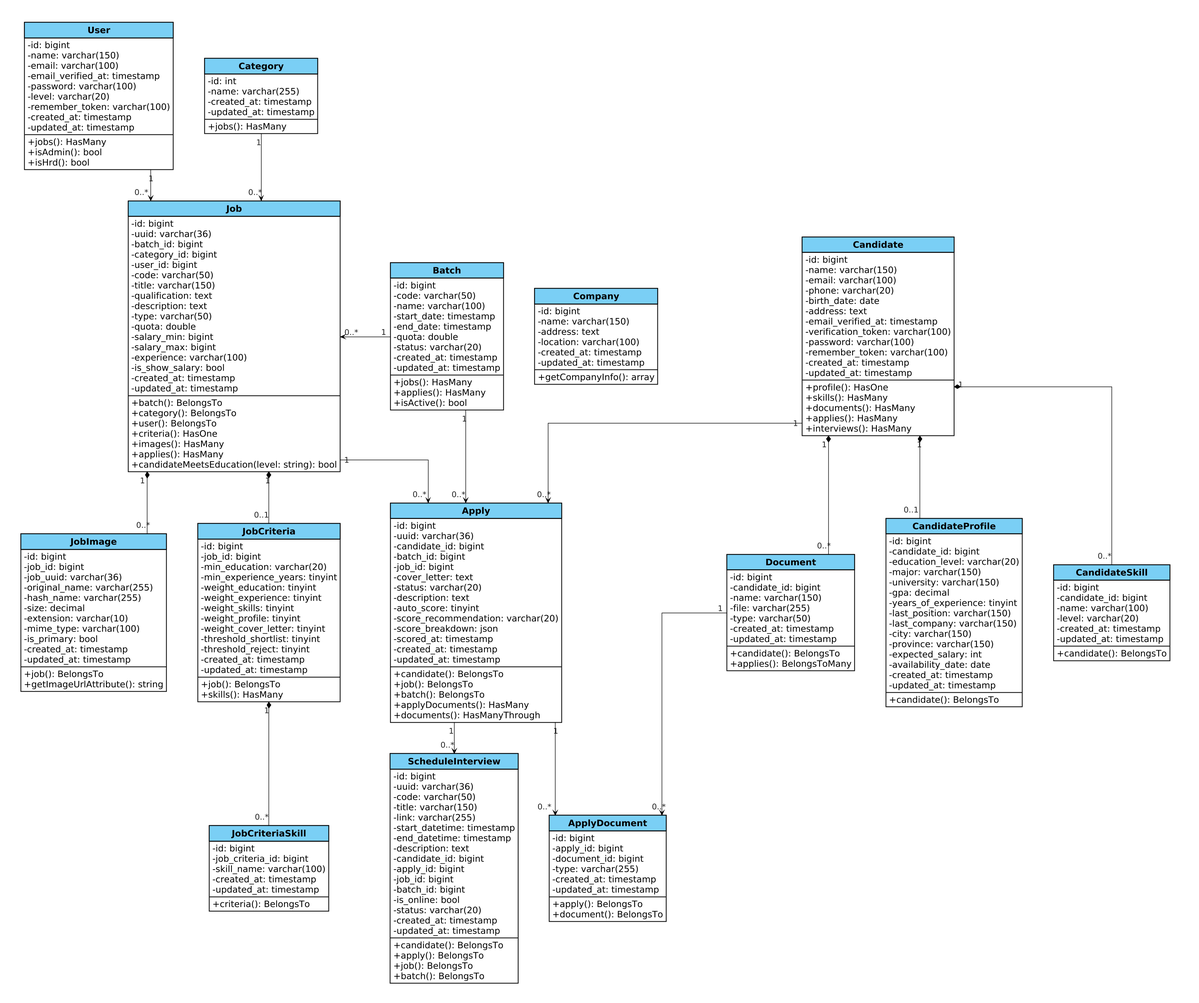
The PlantUML diagram public/assets/diagrams/VP/Class_Diagram_No_Enum.png in Madtive-Studio/klinik_keluarga_career, before a commit. Its diagram source:
```plantuml
@startuml
skinparam defaultFontName Arial
skinparam defaultFontSize 17
skinparam dpi 140
skinparam defaultFontColor #000000
skinparam shadowing false
skinparam roundcorner 0
skinparam linetype ortho
skinparam nodesep 60
skinparam ranksep 60

hide circle
skinparam classAttributeIconSize 0

skinparam package {
  BackgroundColor transparent
  BorderColor transparent
  FontColor transparent
  FontSize 1
}

skinparam class {
  BackgroundColor #FFFFFF
  HeaderBackgroundColor #7ACFF5
  BorderColor #000000
  BorderThickness 1.5
  FontColor #000000
  FontSize 19
  FontName Arial
  FontStyle bold
  AttributeFontColor #000000
  AttributeFontSize 17
  AttributeFontName Arial
}

skinparam ArrowColor #000000
skinparam ArrowFontSize 15
skinparam ArrowFontColor #222222

package "Vacancies" {
  class User {
    -id: bigint
    -name: varchar(150)
    -email: varchar(100)
    -email_verified_at: timestamp
    -password: varchar(100)
    -level: varchar(20)
    -remember_token: varchar(100)
    -created_at: timestamp
    -updated_at: timestamp
    __
    +jobs(): HasMany
    +isAdmin(): bool
    +isHrd(): bool
  }

  class Category {
    -id: int
    -name: varchar(255)
    -created_at: timestamp
    -updated_at: timestamp
    __
    +jobs(): HasMany
  }

  class Job {
    -id: bigint
    -uuid: varchar(36)
    -batch_id: bigint
    -category_id: bigint
    -user_id: bigint
    -code: varchar(50)
    -title: varchar(150)
    -qualification: text
    -description: text
    -type: varchar(50)
    -quota: double
    -salary_min: bigint
    -salary_max: bigint
    -experience: varchar(100)
    -is_show_salary: bool
    -created_at: timestamp
    -updated_at: timestamp
    __
    +batch(): BelongsTo
    +category(): BelongsTo
    +user(): BelongsTo
    +criteria(): HasOne
    +images(): HasMany
    +applies(): HasMany
    +candidateMeetsEducation(level: string): bool
  }

  class JobImage {
    -id: bigint
    -job_id: bigint
    -job_uuid: varchar(36)
    -original_name: varchar(255)
    -hash_name: varchar(255)
    -size: decimal
    -extension: varchar(10)
    -mime_type: varchar(100)
    -is_primary: bool
    -created_at: timestamp
    -updated_at: timestamp
    __
    +job(): BelongsTo
    +getImageUrlAttribute(): string
  }

  class JobCriteria {
    -id: bigint
    -job_id: bigint
    -min_education: varchar(20)
    -min_experience_years: tinyint
    -weight_education: tinyint
    -weight_experience: tinyint
    -weight_skills: tinyint
    -weight_profile: tinyint
    -weight_cover_letter: tinyint
    -threshold_shortlist: tinyint
    -threshold_reject: tinyint
    -created_at: timestamp
    -updated_at: timestamp
    __
    +job(): BelongsTo
    +skills(): HasMany
  }

  class JobCriteriaSkill {
    -id: bigint
    -job_criteria_id: bigint
    -skill_name: varchar(100)
    -created_at: timestamp
    -updated_at: timestamp
    __
    +criteria(): BelongsTo
  }
}

package "Selection" {
  class Batch {
    -id: bigint
    -code: varchar(50)
    -name: varchar(100)
    -start_date: timestamp
    -end_date: timestamp
    -quota: double
    -status: varchar(20)
    -created_at: timestamp
    -updated_at: timestamp
    __
    +jobs(): HasMany
    +applies(): HasMany
    +isActive(): bool
  }

  class Company {
    -id: bigint
    -name: varchar(150)
    -address: text
    -location: varchar(100)
    -created_at: timestamp
    -updated_at: timestamp
    __
    +getCompanyInfo(): array
  }

  class Apply {
    -id: bigint
    -uuid: varchar(36)
    -candidate_id: bigint
    -batch_id: bigint
    -job_id: bigint
    -cover_letter: text
    -status: varchar(20)
    -description: text
    -auto_score: tinyint
    -score_recommendation: varchar(20)
    -score_breakdown: json
    -scored_at: timestamp
    -created_at: timestamp
    -updated_at: timestamp
    __
    +candidate(): BelongsTo
    +job(): BelongsTo
    +batch(): BelongsTo
    +applyDocuments(): HasMany
    +documents(): HasManyThrough
  }

  class ApplyDocument {
    -id: bigint
    -apply_id: bigint
    -document_id: bigint
    -type: varchar(255)
    -created_at: timestamp
    -updated_at: timestamp
    __
    +apply(): BelongsTo
    +document(): BelongsTo
  }

  class ScheduleInterview {
    -id: bigint
    -uuid: varchar(36)
    -code: varchar(50)
    -title: varchar(150)
    -link: varchar(255)
    -start_datetime: timestamp
    -end_datetime: timestamp
    -description: text
    -candidate_id: bigint
    -apply_id: bigint
    -job_id: bigint
    -batch_id: bigint
    -is_online: bool
    -status: varchar(20)
    -created_at: timestamp
    -updated_at: timestamp
    __
    +candidate(): BelongsTo
    +apply(): BelongsTo
    +job(): BelongsTo
    +batch(): BelongsTo
  }
}

package "CandidatePkg" {
  class Candidate {
    -id: bigint
    -name: varchar(150)
    -email: varchar(100)
    -phone: varchar(20)
    -birth_date: date
    -address: text
    -email_verified_at: timestamp
    -verification_token: varchar(100)
    -password: varchar(100)
    -remember_token: varchar(100)
    -created_at: timestamp
    -updated_at: timestamp
    __
    +profile(): HasOne
    +skills(): HasMany
    +documents(): HasMany
    +applies(): HasMany
    +interviews(): HasMany
  }

  class CandidateProfile {
    -id: bigint
    -candidate_id: bigint
    -education_level: varchar(20)
    -major: varchar(150)
    -university: varchar(150)
    -gpa: decimal
    -years_of_experience: tinyint
    -last_position: varchar(150)
    -last_company: varchar(150)
    -city: varchar(150)
    -province: varchar(150)
    -expected_salary: int
    -availability_date: date
    -created_at: timestamp
    -updated_at: timestamp
    __
    +candidate(): BelongsTo
  }

  class CandidateSkill {
    -id: bigint
    -candidate_id: bigint
    -name: varchar(100)
    -level: varchar(20)
    -created_at: timestamp
    -updated_at: timestamp
    __
    +candidate(): BelongsTo
  }

  class Document {
    -id: bigint
    -candidate_id: bigint
    -name: varchar(150)
    -file: varchar(255)
    -type: varchar(50)
    -created_at: timestamp
    -updated_at: timestamp
    __
    +candidate(): BelongsTo
    +applies(): BelongsToMany
  }
}

Vacancies -[hidden]right-> Selection
Selection -[hidden]right-> CandidatePkg


User "1" -down-> "0..*" Job
Category "1" -down-> "0..*" Job
Job "1" *-down- "0..*" JobImage
Job "1" *-down- "0..1" JobCriteria
JobCriteria "1" *-down- "0..*" JobCriteriaSkill

Apply "1" -down-> "0..*" ApplyDocument
Apply "1" -down-> "0..*" ScheduleInterview

Candidate "1" *-down- "0..*" Document
Candidate "1" *-down- "0..1" CandidateProfile
Candidate "1" *-down- "0..*" CandidateSkill
Document -[hidden]right-> CandidateProfile
CandidateProfile -[hidden]right-> CandidateSkill


Batch "1" -left-> "0..*" Job

Batch "1" -down-> "0..*" Apply

Job "1" -right-> "0..*" Apply

Candidate "1" -left-> "0..*" Apply

Document "1" -[#000000]down-> "0..*" ApplyDocument
@enduml
```
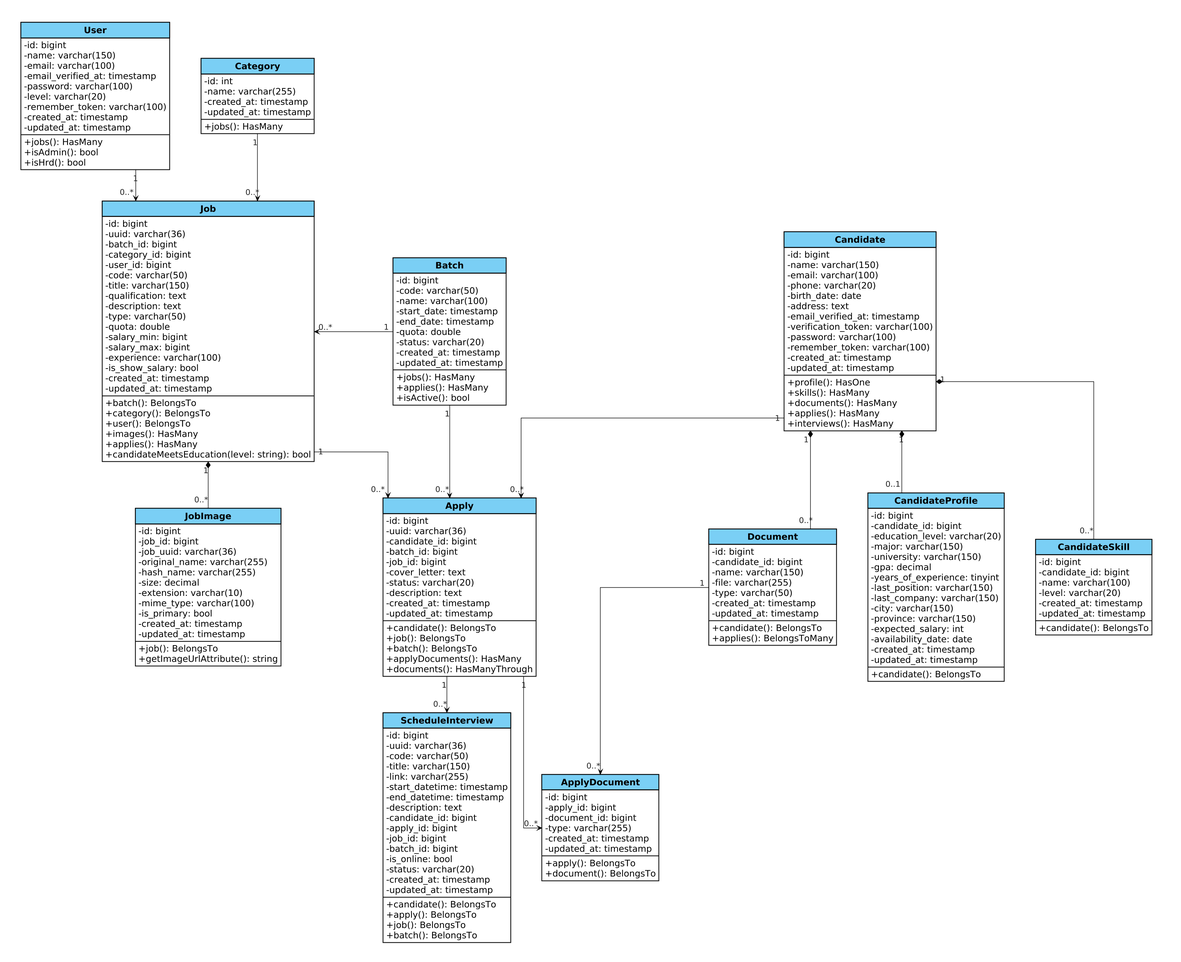
After the change.

The edit, as a diff of the source:
```diff
@@ -85,7 +85,6 @@
     +batch(): BelongsTo
     +category(): BelongsTo
     +user(): BelongsTo
-    +criteria(): HasOne
     +images(): HasMany
     +applies(): HasMany
     +candidateMeetsEducation(level: string): bool
@@ -107,35 +106,6 @@
     +job(): BelongsTo
     +getImageUrlAttribute(): string
   }
-
-  class JobCriteria {
-    -id: bigint
-    -job_id: bigint
-    -min_education: varchar(20)
-    -min_experience_years: tinyint
-    -weight_education: tinyint
-    -weight_experience: tinyint
-    -weight_skills: tinyint
-    -weight_profile: tinyint
-    -weight_cover_letter: tinyint
-    -threshold_shortlist: tinyint
-    -threshold_reject: tinyint
-    -created_at: timestamp
-    -updated_at: timestamp
-    __
-    +job(): BelongsTo
-    +skills(): HasMany
-  }
-
-  class JobCriteriaSkill {
-    -id: bigint
-    -job_criteria_id: bigint
-    -skill_name: varchar(100)
-    -created_at: timestamp
-    -updated_at: timestamp
-    __
-    +criteria(): BelongsTo
-  }
 }
 
 package "Selection" {
@@ -155,17 +125,6 @@
     +isActive(): bool
   }
 
-  class Company {
-    -id: bigint
-    -name: varchar(150)
-    -address: text
-    -location: varchar(100)
-    -created_at: timestamp
-    -updated_at: timestamp
-    __
-    +getCompanyInfo(): array
-  }
-
   class Apply {
     -id: bigint
     -uuid: varchar(36)
@@ -175,10 +134,6 @@
     -cover_letter: text
     -status: varchar(20)
     -description: text
-    -auto_score: tinyint
-    -score_recommendation: varchar(20)
-    -score_breakdown: json
-    -scored_at: timestamp
     -created_at: timestamp
     -updated_at: timestamp
     __
@@ -300,8 +255,6 @@
 User "1" -down-> "0..*" Job
 Category "1" -down-> "0..*" Job
 Job "1" *-down- "0..*" JobImage
-Job "1" *-down- "0..1" JobCriteria
-JobCriteria "1" *-down- "0..*" JobCriteriaSkill
 
 Apply "1" -down-> "0..*" ApplyDocument
 Apply "1" -down-> "0..*" ScheduleInterview
```
